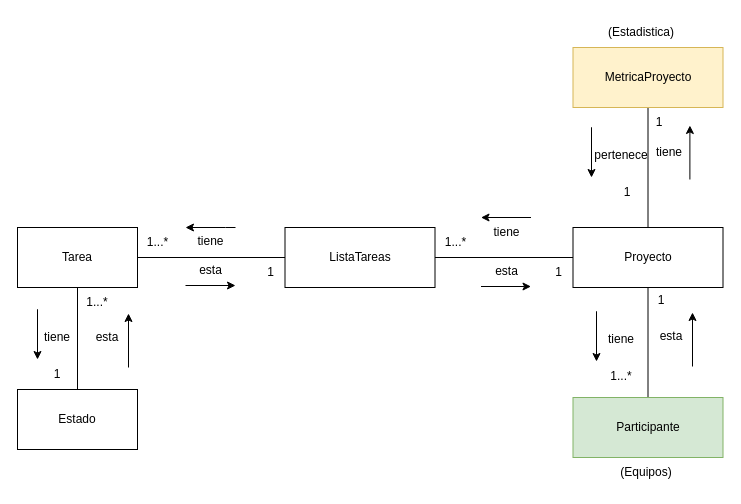
Earlier version of the draw.io diagram page "AnemicModelProjects" (3 of 14) of CoTasker_BoundedContext.drawio (Migue1409-KP/DOO-working-group). Source tidied: cells renumbered, new cells numbered last; positions are measured from the earlier drawing's top-left corner, leaving out a move shared by most shapes. Both pictures are drawn from the tidied source at 100%, with x=0, y=0 at pixel (17, 17).
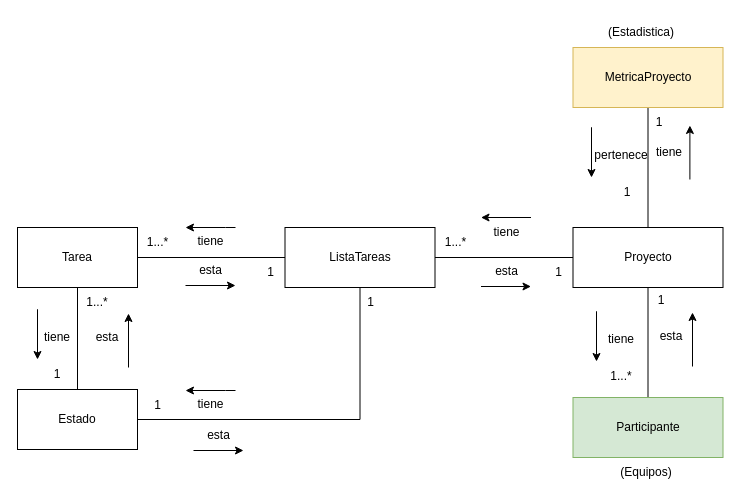
Above is the later version.

The change refers to these unchanged cells:
```xml
<mxCell id="12" value="Estado" style="rounded=0;whiteSpace=wrap;html=1;" parent="1" vertex="1">
  <mxGeometry y="372" width="120" height="60" as="geometry" />
</mxCell>
<mxCell id="18" value="ListaTareas" style="rounded=0;whiteSpace=wrap;html=1;" parent="1" vertex="1">
  <mxGeometry x="267.5" y="210" width="150" height="60" as="geometry" />
</mxCell>
```

Change to the diagram source:
```diff
@@
+    <mxCell id="45" style="edgeStyle=orthogonalEdgeStyle;rounded=0;jettySize=auto;html=1;endArrow=none;endFill=0;" parent="1" edge="1" source="18" target="12">
+      <mxGeometry relative="1" as="geometry">
+        <Array as="points">
+          <mxPoint x="343" y="402" />
+        </Array>
+      </mxGeometry>
+    </mxCell>
@@
+    <mxCell id="46" value="tiene&lt;br&gt;" style="text;html=1;align=center;verticalAlign=middle;strokeColor=none;fillColor=none;" parent="1" vertex="1">
+      <mxGeometry x="168" y="372" width="50" height="30" as="geometry" />
+    </mxCell>
+    <mxCell id="47" style="endArrow=classic;html=1;rounded=0;" parent="1" edge="1">
+      <mxGeometry relative="1" as="geometry">
+        <mxPoint x="218" y="373" as="sourcePoint" />
+        <mxPoint x="168" y="373" as="targetPoint" />
+        <Array as="points">
+          <mxPoint x="208" y="373" />
+        </Array>
+      </mxGeometry>
+    </mxCell>
+    <mxCell id="48" value="1" style="text;html=1;align=center;verticalAlign=middle;strokeColor=none;fillColor=none;" parent="1" vertex="1">
+      <mxGeometry x="125" y="373" width="30" height="30" as="geometry" />
+    </mxCell>
+    <mxCell id="49" value="1" style="text;html=1;align=center;verticalAlign=middle;strokeColor=none;fillColor=none;" parent="1" vertex="1">
+      <mxGeometry x="338" y="270" width="30" height="30" as="geometry" />
+    </mxCell>
+    <mxCell id="50" value="esta&lt;br&gt;" style="text;html=1;align=center;verticalAlign=middle;strokeColor=none;fillColor=none;" parent="1" vertex="1">
+      <mxGeometry x="176" y="403" width="50" height="30" as="geometry" />
+    </mxCell>
+    <mxCell id="51" style="endArrow=classic;html=1;rounded=0;" parent="1" edge="1">
+      <mxGeometry relative="1" as="geometry">
+        <mxPoint x="176" y="433" as="sourcePoint" />
+        <mxPoint x="226" y="433" as="targetPoint" />
+      </mxGeometry>
+    </mxCell>
```
